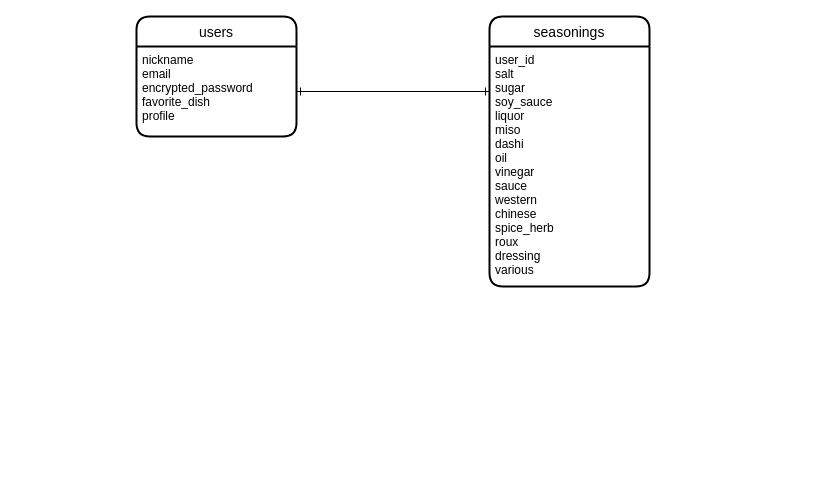
This is ER_diagram.dio from bokko-chan/uchino_aji, a draw.io file, before an edit. Source tidied: cells renumbered, new cells numbered last; positions are measured from the earlier drawing's top-left corner, leaving out a move shared by most shapes. Both pictures are drawn from the tidied source at 100%, with x=0, y=0 at pixel (136, 16).
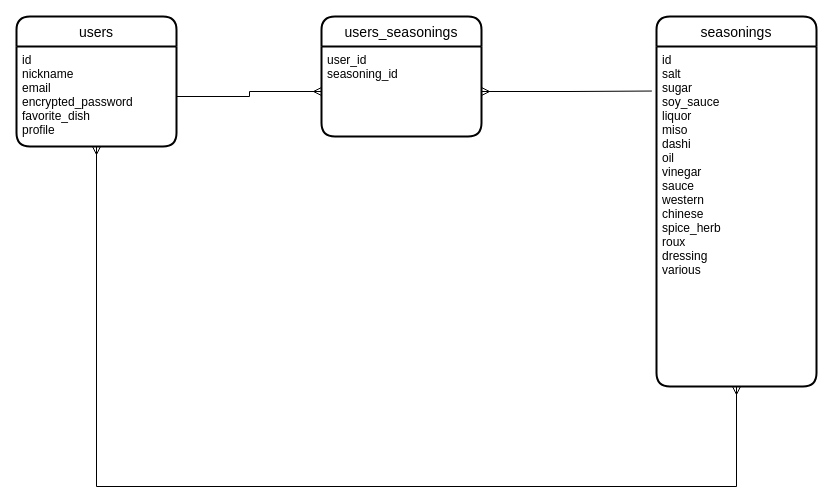
The same diagram, later.

Commit message (it also covers changes not shown here):
画面遷移図作成

What changed in the source:
```diff
@@
 <mxGraphModel>
   <root>
     <mxCell id="0" />
     <mxCell id="1" parent="0" />
     <mxCell id="2" value="users" style="swimlane;horizontal=1;startSize=30;rounded=1;fontSize=14;fontStyle=0;strokeWidth=2;shadow=0;dashed=0;align=center;" parent="1" vertex="1">
-      <mxGeometry width="160" height="120" as="geometry" />
+      <mxGeometry x="-120" width="160" height="130" as="geometry" />
     </mxCell>
-    <mxCell id="3" value="nickname&#10;email&#10;encrypted_password&#10;favorite_dish&#10;profile" style="align=left;strokeColor=none;fillColor=none;spacingLeft=4;fontSize=12;verticalAlign=top;" parent="2" vertex="1">
-      <mxGeometry y="30" width="160" height="90" as="geometry" />
+    <mxCell id="3" value="id&#10;nickname&#10;email&#10;encrypted_password&#10;favorite_dish&#10;profile" style="align=left;strokeColor=none;fillColor=none;spacingLeft=4;fontSize=12;verticalAlign=top;" parent="2" vertex="1">
+      <mxGeometry y="30" width="160" height="100" as="geometry" />
     </mxCell>
     <mxCell id="4" value="seasonings" style="swimlane;horizontal=1;startSize=30;rounded=1;fontSize=14;fontStyle=0;strokeWidth=2;shadow=0;dashed=0;align=center;" parent="1" vertex="1">
-      <mxGeometry x="353" width="160" height="270" as="geometry" />
+      <mxGeometry x="520" width="160" height="370" as="geometry" />
     </mxCell>
-    <mxCell id="5" value="user_id&#10;salt&#10;sugar&#10;soy_sauce&#10;liquor&#10;miso&#10;dashi&#10;oil&#10;vinegar&#10;sauce&#10;western&#10;chinese&#10;spice_herb&#10;roux&#10;dressing&#10;various" style="align=left;strokeColor=none;fillColor=none;spacingLeft=4;fontSize=12;verticalAlign=top;" parent="4" vertex="1">
-      <mxGeometry y="30" width="160" height="240" as="geometry" />
+    <mxCell id="5" value="id&#10;salt&#10;sugar&#10;soy_sauce&#10;liquor&#10;miso&#10;dashi&#10;oil&#10;vinegar&#10;sauce&#10;western&#10;chinese&#10;spice_herb&#10;roux&#10;dressing&#10;various" style="align=left;strokeColor=none;fillColor=none;spacingLeft=4;fontSize=12;verticalAlign=top;" parent="4" vertex="1">
+      <mxGeometry y="30" width="160" height="340" as="geometry" />
     </mxCell>
-    <mxCell id="6" style="edgeStyle=orthogonalEdgeStyle;rounded=0;jettySize=auto;html=1;exitX=1;exitY=0.5;exitDx=0;exitDy=0;startArrow=ERone;startFill=0;endArrow=ERone;endFill=0;" parent="1" edge="1" source="3">
-      <mxGeometry relative="1" as="geometry">
-        <mxPoint x="353" y="75" as="targetPoint" />
-        <Array as="points">
-          <mxPoint x="353" y="75" />
-        </Array>
-      </mxGeometry>
-    </mxCell>
+    <mxCell id="7" value="users_seasonings" style="swimlane;horizontal=1;startSize=30;rounded=1;fontSize=14;fontStyle=0;strokeWidth=2;shadow=0;dashed=0;align=center;" parent="1" vertex="1">
+      <mxGeometry x="185" width="160" height="120" as="geometry" />
+    </mxCell>
+    <mxCell id="8" value="user_id&#10;seasoning_id" style="align=left;strokeColor=none;fillColor=none;spacingLeft=4;fontSize=12;verticalAlign=top;" parent="7" vertex="1">
+      <mxGeometry y="30" width="160" height="90" as="geometry" />
+    </mxCell>
+    <mxCell id="9" style="edgeStyle=orthogonalEdgeStyle;rounded=0;jettySize=auto;html=1;exitX=1;exitY=0.5;exitDx=0;exitDy=0;entryX=0;entryY=0.5;entryDx=0;entryDy=0;startArrow=none;startFill=0;endArrow=ERmany;endFill=0;" parent="1" edge="1" source="3" target="8">
+      <mxGeometry relative="1" as="geometry">
+        <Array as="points">
+          <mxPoint x="113" y="80" />
+          <mxPoint x="113" y="75" />
+        </Array>
+      </mxGeometry>
+    </mxCell>
+    <mxCell id="10" style="edgeStyle=orthogonalEdgeStyle;rounded=0;jettySize=auto;html=1;entryX=-0.029;entryY=0.131;entryDx=0;entryDy=0;entryPerimeter=0;startArrow=ERmany;startFill=0;endArrow=none;endFill=0;" parent="1" edge="1" source="8" target="5">
+      <mxGeometry relative="1" as="geometry" />
+    </mxCell>
+    <mxCell id="11" style="edgeStyle=orthogonalEdgeStyle;rounded=0;jettySize=auto;html=1;startArrow=ERmany;startFill=0;endArrow=ERmany;endFill=0;" parent="1" edge="1" source="3" target="5">
+      <mxGeometry relative="1" as="geometry">
+        <Array as="points">
+          <mxPoint x="-40" y="470" />
+          <mxPoint x="600" y="470" />
+        </Array>
+      </mxGeometry>
+    </mxCell>
   </root>
 </mxGraphModel>
```
